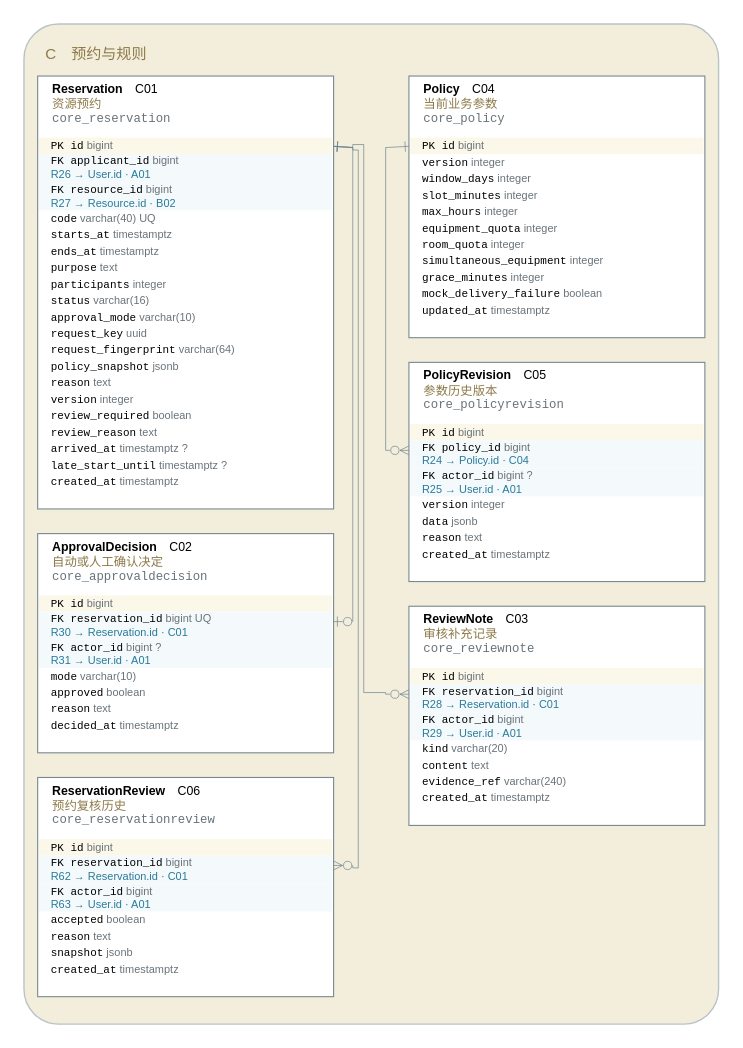
yvming67-gif/campus-lab-equipment-manager keeps this draw.io diagram as models/图形源文件/图D-4-预约与规则ERD.drawio. Above is the earlier version. Source tidied: cells renumbered, new cells numbered last; positions are measured from the earlier drawing's top-left corner, leaving out a move shared by most shapes. Both pictures are drawn from the tidied source at 137%, with x=0, y=0 at pixel (23, 23).
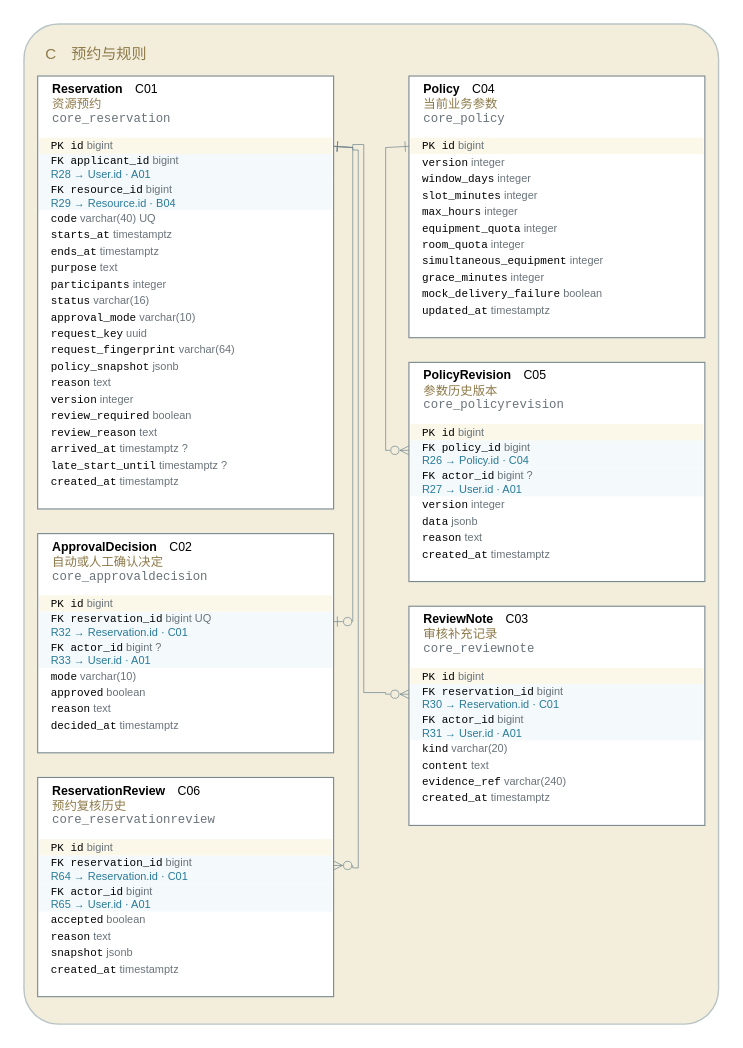
Above is the later version.

The change refers to these unchanged cells:
```xml
<mxCell id="6" style="rounded=0;fillColor=#ffffff;strokeColor=#78888e;strokeWidth=0.8;" parent="3" vertex="1">
  <mxGeometry x="10" y="38" width="216" height="316" as="geometry" />
</mxCell>
<mxCell id="8" value="&lt;font face='Consolas'&gt;PK id&lt;/font&gt; &lt;font color='#69737a'&gt;bigint&lt;/font&gt;" style="text;html=1;whiteSpace=wrap;fillColor=#fcf8e9;strokeColor=none;align=left;verticalAlign=middle;spacingLeft=7;fontSize=8;fontFamily=Microsoft YaHei;" parent="6" vertex="1">
  <mxGeometry x="1" y="45" width="214" height="12" as="geometry" />
</mxCell>
<mxCell id="28" style="rounded=0;fillColor=#ffffff;strokeColor=#78888e;strokeWidth=0.8;" parent="3" vertex="1">
  <mxGeometry x="10" y="372" width="216" height="160" as="geometry" />
</mxCell>
<mxCell id="37" style="rounded=0;fillColor=#ffffff;strokeColor=#78888e;strokeWidth=0.8;" parent="3" vertex="1">
  <mxGeometry x="10" y="550" width="216" height="160" as="geometry" />
</mxCell>
<mxCell id="59" style="rounded=0;fillColor=#ffffff;strokeColor=#78888e;strokeWidth=0.8;" parent="3" vertex="1">
  <mxGeometry x="281" y="247" width="216" height="160" as="geometry" />
</mxCell>
<mxCell id="68" style="rounded=0;fillColor=#ffffff;strokeColor=#78888e;strokeWidth=0.8;" parent="3" vertex="1">
  <mxGeometry x="281" y="425" width="216" height="160" as="geometry" />
</mxCell>
```

The edit, as a diff of the source:
```diff
@@
-    <mxCell id="9" value="&lt;font face='Consolas'&gt;FK applicant_id&lt;/font&gt; &lt;font color='#69737a'&gt;bigint&lt;/font&gt;&lt;br/&gt;&lt;font color='#287a9a'&gt;R26 → User.id · A01&lt;/font&gt;" style="text;html=1;whiteSpace=wrap;fillColor=#f4f9fb;strokeColor=none;align=left;verticalAlign=middle;spacingLeft=7;fontSize=8;fontFamily=Microsoft YaHei;" parent="6" vertex="1">
+    <mxCell id="9" value="&lt;font face='Consolas'&gt;FK applicant_id&lt;/font&gt; &lt;font color='#69737a'&gt;bigint&lt;/font&gt;&lt;br/&gt;&lt;font color='#287a9a'&gt;R28 → User.id · A01&lt;/font&gt;" style="text;html=1;whiteSpace=wrap;fillColor=#f4f9fb;strokeColor=none;align=left;verticalAlign=middle;spacingLeft=7;fontSize=8;fontFamily=Microsoft YaHei;" parent="6" vertex="1">
       <mxGeometry x="1" y="57" width="214" height="20.5" as="geometry" />
     </mxCell>
-    <mxCell id="10" value="&lt;font face='Consolas'&gt;FK resource_id&lt;/font&gt; &lt;font color='#69737a'&gt;bigint&lt;/font&gt;&lt;br/&gt;&lt;font color='#287a9a'&gt;R27 → Resource.id · B02&lt;/font&gt;" style="text;html=1;whiteSpace=wrap;fillColor=#f4f9fb;strokeColor=none;align=left;verticalAlign=middle;spacingLeft=7;fontSize=8;fontFamily=Microsoft YaHei;" parent="6" vertex="1">
+    <mxCell id="10" value="&lt;font face='Consolas'&gt;FK resource_id&lt;/font&gt; &lt;font color='#69737a'&gt;bigint&lt;/font&gt;&lt;br/&gt;&lt;font color='#287a9a'&gt;R29 → Resource.id · B04&lt;/font&gt;" style="text;html=1;whiteSpace=wrap;fillColor=#f4f9fb;strokeColor=none;align=left;verticalAlign=middle;spacingLeft=7;fontSize=8;fontFamily=Microsoft YaHei;" parent="6" vertex="1">
       <mxGeometry x="1" y="77.5" width="214" height="20.5" as="geometry" />
     </mxCell>
@@
-    <mxCell id="31" value="&lt;font face='Consolas'&gt;FK reservation_id&lt;/font&gt; &lt;font color='#69737a'&gt;bigint UQ&lt;/font&gt;&lt;br/&gt;&lt;font color='#287a9a'&gt;R30 → Reservation.id · C01&lt;/font&gt;" style="text;html=1;whiteSpace=wrap;fillColor=#f4f9fb;strokeColor=none;align=left;verticalAlign=middle;spacingLeft=7;fontSize=8;fontFamily=Microsoft YaHei;" parent="28" vertex="1">
+    <mxCell id="31" value="&lt;font face='Consolas'&gt;FK reservation_id&lt;/font&gt; &lt;font color='#69737a'&gt;bigint UQ&lt;/font&gt;&lt;br/&gt;&lt;font color='#287a9a'&gt;R32 → Reservation.id · C01&lt;/font&gt;" style="text;html=1;whiteSpace=wrap;fillColor=#f4f9fb;strokeColor=none;align=left;verticalAlign=middle;spacingLeft=7;fontSize=8;fontFamily=Microsoft YaHei;" parent="28" vertex="1">
       <mxGeometry x="1" y="57" width="214" height="20.5" as="geometry" />
     </mxCell>
-    <mxCell id="32" value="&lt;font face='Consolas'&gt;FK actor_id&lt;/font&gt; &lt;font color='#69737a'&gt;bigint ?&lt;/font&gt;&lt;br/&gt;&lt;font color='#287a9a'&gt;R31 → User.id · A01&lt;/font&gt;" style="text;html=1;whiteSpace=wrap;fillColor=#f4f9fb;strokeColor=none;align=left;verticalAlign=middle;spacingLeft=7;fontSize=8;fontFamily=Microsoft YaHei;" parent="28" vertex="1">
+    <mxCell id="32" value="&lt;font face='Consolas'&gt;FK actor_id&lt;/font&gt; &lt;font color='#69737a'&gt;bigint ?&lt;/font&gt;&lt;br/&gt;&lt;font color='#287a9a'&gt;R33 → User.id · A01&lt;/font&gt;" style="text;html=1;whiteSpace=wrap;fillColor=#f4f9fb;strokeColor=none;align=left;verticalAlign=middle;spacingLeft=7;fontSize=8;fontFamily=Microsoft YaHei;" parent="28" vertex="1">
       <mxGeometry x="1" y="77.5" width="214" height="20.5" as="geometry" />
     </mxCell>
@@
-    <mxCell id="40" value="&lt;font face='Consolas'&gt;FK reservation_id&lt;/font&gt; &lt;font color='#69737a'&gt;bigint&lt;/font&gt;&lt;br/&gt;&lt;font color='#287a9a'&gt;R62 → Reservation.id · C01&lt;/font&gt;" style="text;html=1;whiteSpace=wrap;fillColor=#f4f9fb;strokeColor=none;align=left;verticalAlign=middle;spacingLeft=7;fontSize=8;fontFamily=Microsoft YaHei;" parent="37" vertex="1">
+    <mxCell id="40" value="&lt;font face='Consolas'&gt;FK reservation_id&lt;/font&gt; &lt;font color='#69737a'&gt;bigint&lt;/font&gt;&lt;br/&gt;&lt;font color='#287a9a'&gt;R64 → Reservation.id · C01&lt;/font&gt;" style="text;html=1;whiteSpace=wrap;fillColor=#f4f9fb;strokeColor=none;align=left;verticalAlign=middle;spacingLeft=7;fontSize=8;fontFamily=Microsoft YaHei;" parent="37" vertex="1">
       <mxGeometry x="1" y="57" width="214" height="20.5" as="geometry" />
     </mxCell>
-    <mxCell id="41" value="&lt;font face='Consolas'&gt;FK actor_id&lt;/font&gt; &lt;font color='#69737a'&gt;bigint&lt;/font&gt;&lt;br/&gt;&lt;font color='#287a9a'&gt;R63 → User.id · A01&lt;/font&gt;" style="text;html=1;whiteSpace=wrap;fillColor=#f4f9fb;strokeColor=none;align=left;verticalAlign=middle;spacingLeft=7;fontSize=8;fontFamily=Microsoft YaHei;" parent="37" vertex="1">
+    <mxCell id="41" value="&lt;font face='Consolas'&gt;FK actor_id&lt;/font&gt; &lt;font color='#69737a'&gt;bigint&lt;/font&gt;&lt;br/&gt;&lt;font color='#287a9a'&gt;R65 → User.id · A01&lt;/font&gt;" style="text;html=1;whiteSpace=wrap;fillColor=#f4f9fb;strokeColor=none;align=left;verticalAlign=middle;spacingLeft=7;fontSize=8;fontFamily=Microsoft YaHei;" parent="37" vertex="1">
       <mxGeometry x="1" y="77.5" width="214" height="20.5" as="geometry" />
     </mxCell>
@@
-    <mxCell id="62" value="&lt;font face='Consolas'&gt;FK policy_id&lt;/font&gt; &lt;font color='#69737a'&gt;bigint&lt;/font&gt;&lt;br/&gt;&lt;font color='#287a9a'&gt;R24 → Policy.id · C04&lt;/font&gt;" style="text;html=1;whiteSpace=wrap;fillColor=#f4f9fb;strokeColor=none;align=left;verticalAlign=middle;spacingLeft=7;fontSize=8;fontFamily=Microsoft YaHei;" parent="59" vertex="1">
+    <mxCell id="62" value="&lt;font face='Consolas'&gt;FK policy_id&lt;/font&gt; &lt;font color='#69737a'&gt;bigint&lt;/font&gt;&lt;br/&gt;&lt;font color='#287a9a'&gt;R26 → Policy.id · C04&lt;/font&gt;" style="text;html=1;whiteSpace=wrap;fillColor=#f4f9fb;strokeColor=none;align=left;verticalAlign=middle;spacingLeft=7;fontSize=8;fontFamily=Microsoft YaHei;" parent="59" vertex="1">
       <mxGeometry x="1" y="57" width="214" height="20.5" as="geometry" />
     </mxCell>
-    <mxCell id="63" value="&lt;font face='Consolas'&gt;FK actor_id&lt;/font&gt; &lt;font color='#69737a'&gt;bigint ?&lt;/font&gt;&lt;br/&gt;&lt;font color='#287a9a'&gt;R25 → User.id · A01&lt;/font&gt;" style="text;html=1;whiteSpace=wrap;fillColor=#f4f9fb;strokeColor=none;align=left;verticalAlign=middle;spacingLeft=7;fontSize=8;fontFamily=Microsoft YaHei;" parent="59" vertex="1">
+    <mxCell id="63" value="&lt;font face='Consolas'&gt;FK actor_id&lt;/font&gt; &lt;font color='#69737a'&gt;bigint ?&lt;/font&gt;&lt;br/&gt;&lt;font color='#287a9a'&gt;R27 → User.id · A01&lt;/font&gt;" style="text;html=1;whiteSpace=wrap;fillColor=#f4f9fb;strokeColor=none;align=left;verticalAlign=middle;spacingLeft=7;fontSize=8;fontFamily=Microsoft YaHei;" parent="59" vertex="1">
       <mxGeometry x="1" y="77.5" width="214" height="20.5" as="geometry" />
     </mxCell>
@@
-    <mxCell id="71" value="&lt;font face='Consolas'&gt;FK reservation_id&lt;/font&gt; &lt;font color='#69737a'&gt;bigint&lt;/font&gt;&lt;br/&gt;&lt;font color='#287a9a'&gt;R28 → Reservation.id · C01&lt;/font&gt;" style="text;html=1;whiteSpace=wrap;fillColor=#f4f9fb;strokeColor=none;align=left;verticalAlign=middle;spacingLeft=7;fontSize=8;fontFamily=Microsoft YaHei;" parent="68" vertex="1">
+    <mxCell id="71" value="&lt;font face='Consolas'&gt;FK reservation_id&lt;/font&gt; &lt;font color='#69737a'&gt;bigint&lt;/font&gt;&lt;br/&gt;&lt;font color='#287a9a'&gt;R30 → Reservation.id · C01&lt;/font&gt;" style="text;html=1;whiteSpace=wrap;fillColor=#f4f9fb;strokeColor=none;align=left;verticalAlign=middle;spacingLeft=7;fontSize=8;fontFamily=Microsoft YaHei;" parent="68" vertex="1">
       <mxGeometry x="1" y="57" width="214" height="20.5" as="geometry" />
     </mxCell>
-    <mxCell id="72" value="&lt;font face='Consolas'&gt;FK actor_id&lt;/font&gt; &lt;font color='#69737a'&gt;bigint&lt;/font&gt;&lt;br/&gt;&lt;font color='#287a9a'&gt;R29 → User.id · A01&lt;/font&gt;" style="text;html=1;whiteSpace=wrap;fillColor=#f4f9fb;strokeColor=none;align=left;verticalAlign=middle;spacingLeft=7;fontSize=8;fontFamily=Microsoft YaHei;" parent="68" vertex="1">
+    <mxCell id="72" value="&lt;font face='Consolas'&gt;FK actor_id&lt;/font&gt; &lt;font color='#69737a'&gt;bigint&lt;/font&gt;&lt;br/&gt;&lt;font color='#287a9a'&gt;R31 → User.id · A01&lt;/font&gt;" style="text;html=1;whiteSpace=wrap;fillColor=#f4f9fb;strokeColor=none;align=left;verticalAlign=middle;spacingLeft=7;fontSize=8;fontFamily=Microsoft YaHei;" parent="68" vertex="1">
       <mxGeometry x="1" y="77.5" width="214" height="20.5" as="geometry" />
     </mxCell>
@@
+    <mxCell id="81" style="edgeStyle=orthogonalEdgeStyle;rounded=0;html=1;strokeWidth=0.5;strokeColor=#6b818c;startArrow=ERzeroToOne;endArrow=ERone;startFill=0;endFill=0;exitX=1;exitY=0.3531707317073171;exitDx=0;exitDy=0;entryX=1;entryY=0.52;entryDx=0;entryDy=0;dashed=0;" parent="2" edge="1" source="31" target="8">
+      <mxGeometry relative="1" as="geometry">
+        <Array as="points">
+          <mxPoint x="240" y="436.2" />
+          <mxPoint x="240" y="90.2" />
+        </Array>
+      </mxGeometry>
+    </mxCell>
+    <mxCell id="79" style="edgeStyle=orthogonalEdgeStyle;rounded=0;html=1;strokeWidth=0.5;strokeColor=#6b818c;startArrow=ERzeroToMany;endArrow=ERone;startFill=0;endFill=0;exitX=1;exitY=0.3531707317073171;exitDx=0;exitDy=0;entryX=1;entryY=0.52;entryDx=0;entryDy=0;dashed=0;" parent="2" edge="1" source="40" target="8">
+      <mxGeometry relative="1" as="geometry">
+        <Array as="points">
+          <mxPoint x="240" y="614.2" />
+          <mxPoint x="240" y="616" />
+          <mxPoint x="244" y="616" />
+          <mxPoint x="244" y="92" />
+          <mxPoint x="240" y="92" />
+          <mxPoint x="240" y="90.2" />
+        </Array>
+      </mxGeometry>
+    </mxCell>
-    <mxCell id="78" style="edgeStyle=orthogonalEdgeStyle;rounded=0;html=1;strokeWidth=0.5;strokeColor=#6b818c;startArrow=ERzeroToOne;endArrow=ERone;startFill=0;endFill=0;exitX=1;exitY=0.3531707317073171;exitDx=0;exitDy=0;entryX=1;entryY=0.52;entryDx=0;entryDy=0;dashed=0;" parent="2" edge="1" source="31" target="8">
+    <mxCell id="78" style="edgeStyle=orthogonalEdgeStyle;rounded=0;html=1;strokeWidth=0.5;strokeColor=#6b818c;startArrow=ERzeroToMany;endArrow=ERone;startFill=0;endFill=0;exitX=0;exitY=0.3531707317073171;exitDx=0;exitDy=0;entryX=1;entryY=0.52;entryDx=0;entryDy=0;dashed=0;" parent="2" edge="1" source="71" target="8">
       <mxGeometry relative="1" as="geometry">
         <Array as="points">
-          <mxPoint x="240" y="436.2" />
+          <mxPoint x="264" y="489.2" />
+          <mxPoint x="264" y="488" />
+          <mxPoint x="248" y="488" />
+          <mxPoint x="248" y="88" />
+          <mxPoint x="240" y="88" />
           <mxPoint x="240" y="90.2" />
         </Array>
       </mxGeometry>
     </mxCell>
-    <mxCell id="79" style="edgeStyle=orthogonalEdgeStyle;rounded=0;html=1;strokeWidth=0.5;strokeColor=#6b818c;startArrow=ERzeroToMany;endArrow=ERone;startFill=0;endFill=0;exitX=1;exitY=0.3531707317073171;exitDx=0;exitDy=0;entryX=1;entryY=0.52;entryDx=0;entryDy=0;dashed=0;" parent="2" edge="1" source="40" target="8">
-      <mxGeometry relative="1" as="geometry">
-        <Array as="points">
-          <mxPoint x="240" y="614.2" />
-          <mxPoint x="240" y="616" />
-          <mxPoint x="244" y="616" />
-          <mxPoint x="244" y="92" />
-          <mxPoint x="240" y="92" />
-          <mxPoint x="240" y="90.2" />
-        </Array>
-      </mxGeometry>
-    </mxCell>
-    <mxCell id="80" style="edgeStyle=orthogonalEdgeStyle;rounded=0;html=1;strokeWidth=0.5;strokeColor=#6b818c;startArrow=ERzeroToMany;endArrow=ERone;startFill=0;endFill=0;exitX=0;exitY=0.3531707317073171;exitDx=0;exitDy=0;entryX=1;entryY=0.52;entryDx=0;entryDy=0;dashed=0;" parent="2" edge="1" source="71" target="8">
-      <mxGeometry relative="1" as="geometry">
-        <Array as="points">
-          <mxPoint x="264" y="489.2" />
-          <mxPoint x="264" y="488" />
-          <mxPoint x="248" y="488" />
-          <mxPoint x="248" y="88" />
-          <mxPoint x="240" y="88" />
-          <mxPoint x="240" y="90.2" />
-        </Array>
-      </mxGeometry>
-    </mxCell>
```
